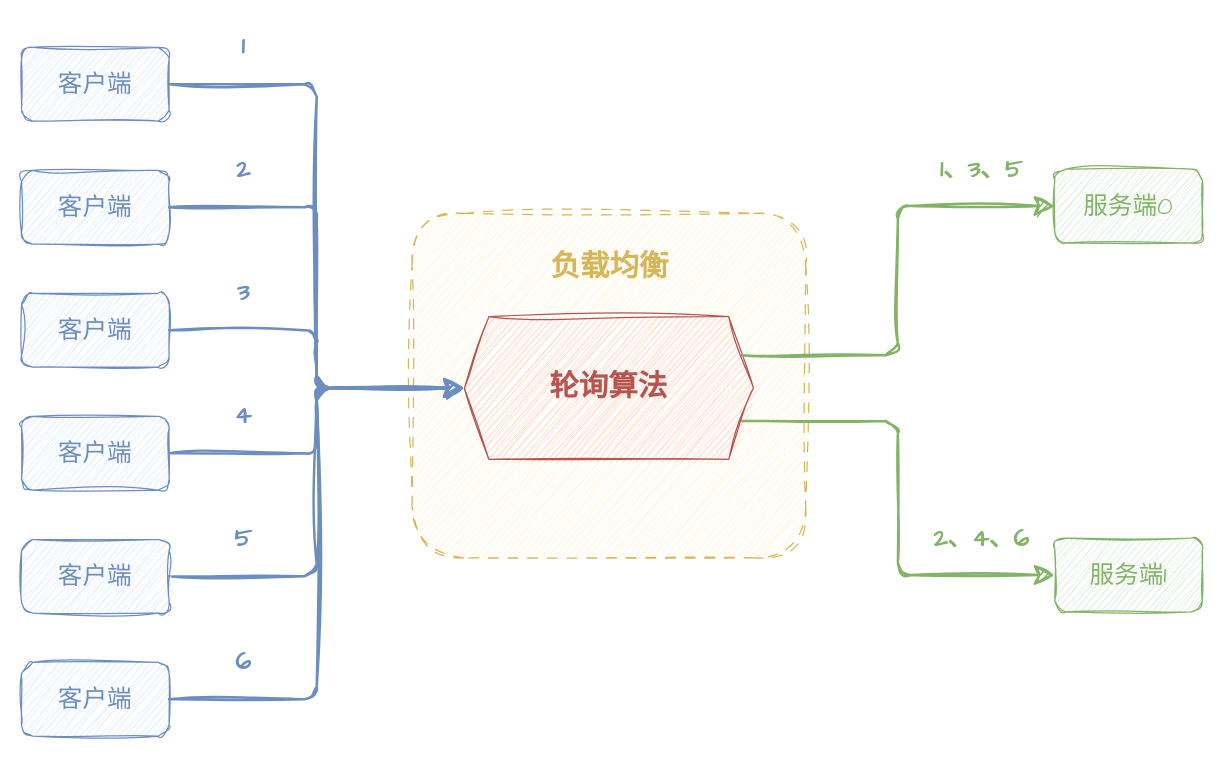
Before: page "轮询" (1 of 14) of assets/分布式/负载均衡算法.drawio in dunwu/waterdrop, a draw.io diagram. Source tidied: cells renumbered, new cells numbered last; positions are measured from the earlier drawing's top-left corner, leaving out a move shared by most shapes. Both pictures are drawn from the tidied source at 123%, with x=0, y=0 at pixel (21, 21).
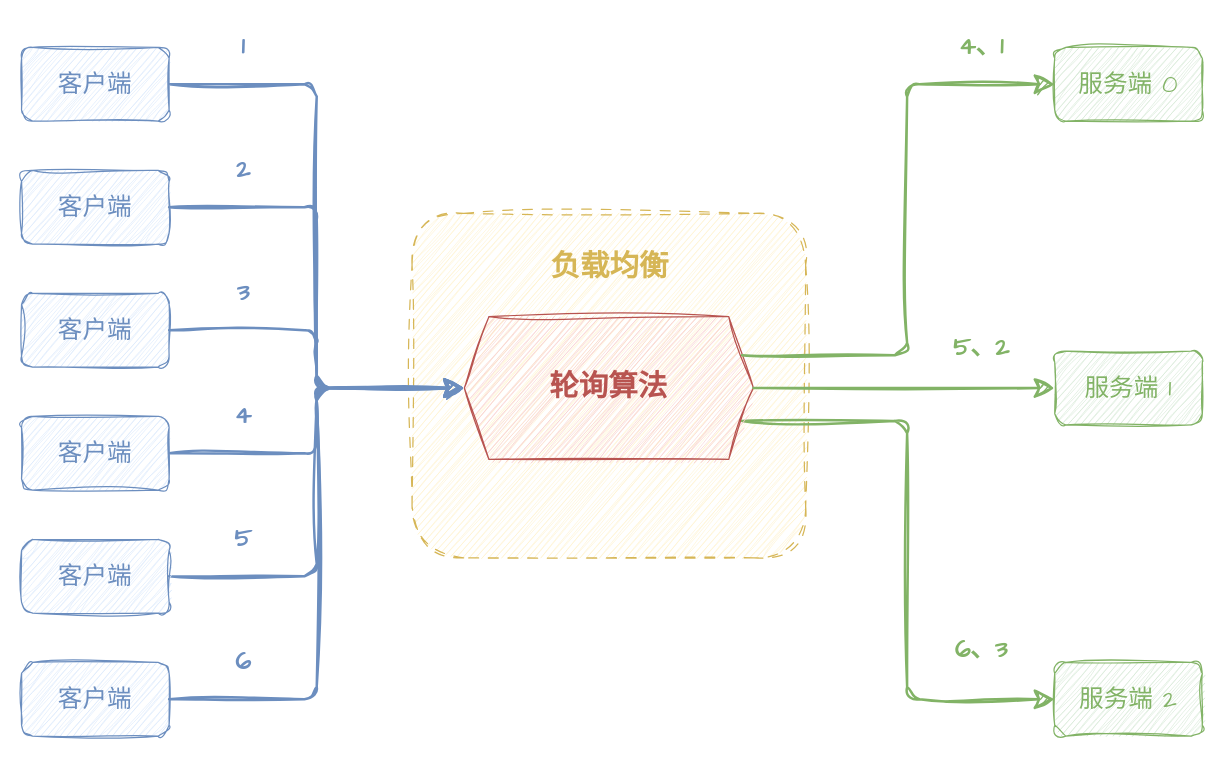
After the change.

The change refers to these unchanged cells:
```xml
<mxCell id="15" value="轮询算法" style="shape=hexagon;perimeter=hexagonPerimeter2;whiteSpace=wrap;html=1;fixedSize=1;sketch=1;hachureGap=4;jiggle=2;curveFitting=1;fontFamily=Comic Sans MS;fontSize=24;fillColor=#f8cecc;strokeColor=#b85450;rounded=0;fontStyle=1;fontColor=#B85450;" parent="1" vertex="1">
  <mxGeometry x="360" y="240" width="235" height="116" as="geometry" />
</mxCell>
```

What changed in the source:
```diff
@@
+    <mxCell id="29" style="edgeStyle=orthogonalEdgeStyle;rounded=1;sketch=1;hachureGap=4;jiggle=2;curveFitting=1;jettySize=auto;html=1;exitX=1;exitY=0.75;exitDx=0;exitDy=0;entryX=0;entryY=0.5;entryDx=0;entryDy=0;fontFamily=Architects Daughter;fontSize=16;fillColor=#d5e8d4;strokeColor=#82b366;strokeWidth=2;endSize=12;startSize=12;" parent="1" edge="1" source="15" target="30">
+      <mxGeometry relative="1" as="geometry">
+        <Array as="points">
+          <mxPoint x="720" y="325" />
+          <mxPoint x="720" y="551" />
+        </Array>
+      </mxGeometry>
+    </mxCell>
@@
-    <mxCell id="16" value="服务端1" style="rounded=1;whiteSpace=wrap;html=1;sketch=1;hachureGap=4;jiggle=2;curveFitting=1;fontFamily=Comic Sans MS;fontSize=20;fillColor=#d5e8d4;strokeColor=#82b366;fontColor=#82B366;" parent="1" vertex="1">
-      <mxGeometry x="840" y="420" width="120" height="60" as="geometry" />
+    <mxCell id="16" value="服务端 1" style="rounded=1;whiteSpace=wrap;html=1;sketch=1;hachureGap=4;jiggle=2;curveFitting=1;fontFamily=Comic Sans MS;fontSize=20;fillColor=#d5e8d4;strokeColor=#82b366;fontColor=#82B366;" parent="1" vertex="1">
+      <mxGeometry x="840" y="268" width="120" height="60" as="geometry" />
     </mxCell>
-    <mxCell id="17" style="edgeStyle=orthogonalEdgeStyle;rounded=1;sketch=1;hachureGap=4;jiggle=2;curveFitting=1;jettySize=auto;html=1;exitX=1;exitY=0.75;exitDx=0;exitDy=0;entryX=0;entryY=0.5;entryDx=0;entryDy=0;fontFamily=Comic Sans MS;fontSize=16;fillColor=#d5e8d4;strokeColor=#82b366;strokeWidth=2;targetPerimeterSpacing=0;endSize=12;startSize=12;" parent="1" edge="1" source="15" target="16">
+    <mxCell id="17" style="edgeStyle=orthogonalEdgeStyle;rounded=1;sketch=1;hachureGap=4;jiggle=2;curveFitting=1;jettySize=auto;html=1;exitX=1;exitY=0.5;exitDx=0;exitDy=0;entryX=0;entryY=0.5;entryDx=0;entryDy=0;fontFamily=Comic Sans MS;fontSize=16;fillColor=#d5e8d4;strokeColor=#82b366;strokeWidth=2;targetPerimeterSpacing=0;endSize=12;startSize=12;" parent="1" edge="1" source="15" target="16">
       <mxGeometry relative="1" as="geometry" />
     </mxCell>
-    <mxCell id="18" value="服务端0" style="rounded=1;whiteSpace=wrap;html=1;sketch=1;hachureGap=4;jiggle=2;curveFitting=1;fontFamily=Comic Sans MS;fontSize=20;fillColor=#d5e8d4;strokeColor=#82b366;fontColor=#82B366;" parent="1" vertex="1">
-      <mxGeometry x="840" y="120" width="120" height="60" as="geometry" />
+    <mxCell id="18" value="服务端 0" style="rounded=1;whiteSpace=wrap;html=1;sketch=1;hachureGap=4;jiggle=2;curveFitting=1;fontFamily=Comic Sans MS;fontSize=20;fillColor=#d5e8d4;strokeColor=#82b366;fontColor=#82B366;" parent="1" vertex="1">
+      <mxGeometry x="840" y="21" width="120" height="60" as="geometry" />
     </mxCell>
     <mxCell id="19" style="edgeStyle=orthogonalEdgeStyle;rounded=1;sketch=1;hachureGap=4;jiggle=2;curveFitting=1;jettySize=auto;html=1;entryX=0;entryY=0.5;entryDx=0;entryDy=0;fontFamily=Comic Sans MS;fontSize=16;fillColor=#d5e8d4;strokeColor=#82b366;strokeWidth=2;targetPerimeterSpacing=0;endSize=12;startSize=12;exitX=1;exitY=0.25;exitDx=0;exitDy=0;" parent="1" edge="1" source="15" target="18">
-      <mxGeometry relative="1" as="geometry" />
+      <mxGeometry relative="1" as="geometry">
+        <Array as="points">
+          <mxPoint x="720" y="271" />
+          <mxPoint x="720" y="51" />
+        </Array>
+      </mxGeometry>
     </mxCell>
@@
-    <mxCell id="26" value="1、3、5" style="text;html=1;align=center;verticalAlign=middle;strokeColor=none;fillColor=none;fontSize=20;fontFamily=Comic Sans MS;fontStyle=1;fontColor=#82B366;" parent="1" vertex="1">
-      <mxGeometry x="730" y="100" width="100" height="40" as="geometry" />
+    <mxCell id="26" value="4、1" style="text;html=1;align=center;verticalAlign=middle;strokeColor=none;fillColor=none;fontSize=20;fontFamily=Comic Sans MS;fontStyle=1;fontColor=#82B366;" parent="1" vertex="1">
+      <mxGeometry x="745" width="70" height="40" as="geometry" />
     </mxCell>
-    <mxCell id="27" value="2、4、6" style="text;html=1;align=center;verticalAlign=middle;strokeColor=none;fillColor=none;fontSize=20;fontFamily=Comic Sans MS;fontStyle=1;fontColor=#82B366;" parent="1" vertex="1">
-      <mxGeometry x="730" y="400" width="100" height="40" as="geometry" />
+    <mxCell id="27" value="5、2" style="text;html=1;align=center;verticalAlign=middle;strokeColor=none;fillColor=none;fontSize=20;fontFamily=Comic Sans MS;fontStyle=1;fontColor=#82B366;" parent="1" vertex="1">
+      <mxGeometry x="745" y="245" width="70" height="40" as="geometry" />
     </mxCell>
@@
+    <mxCell id="30" value="服务端 2" style="rounded=1;whiteSpace=wrap;html=1;sketch=1;hachureGap=4;jiggle=2;curveFitting=1;fontFamily=Comic Sans MS;fontSize=20;fillColor=#d5e8d4;strokeColor=#82b366;fontColor=#82B366;" parent="1" vertex="1">
+      <mxGeometry x="840" y="521" width="120" height="60" as="geometry" />
+    </mxCell>
+    <mxCell id="31" value="6、3" style="text;html=1;align=center;verticalAlign=middle;strokeColor=none;fillColor=none;fontSize=20;fontFamily=Comic Sans MS;fontStyle=1;fontColor=#82B366;" parent="1" vertex="1">
+      <mxGeometry x="745" y="490" width="70" height="40" as="geometry" />
+    </mxCell>
```
